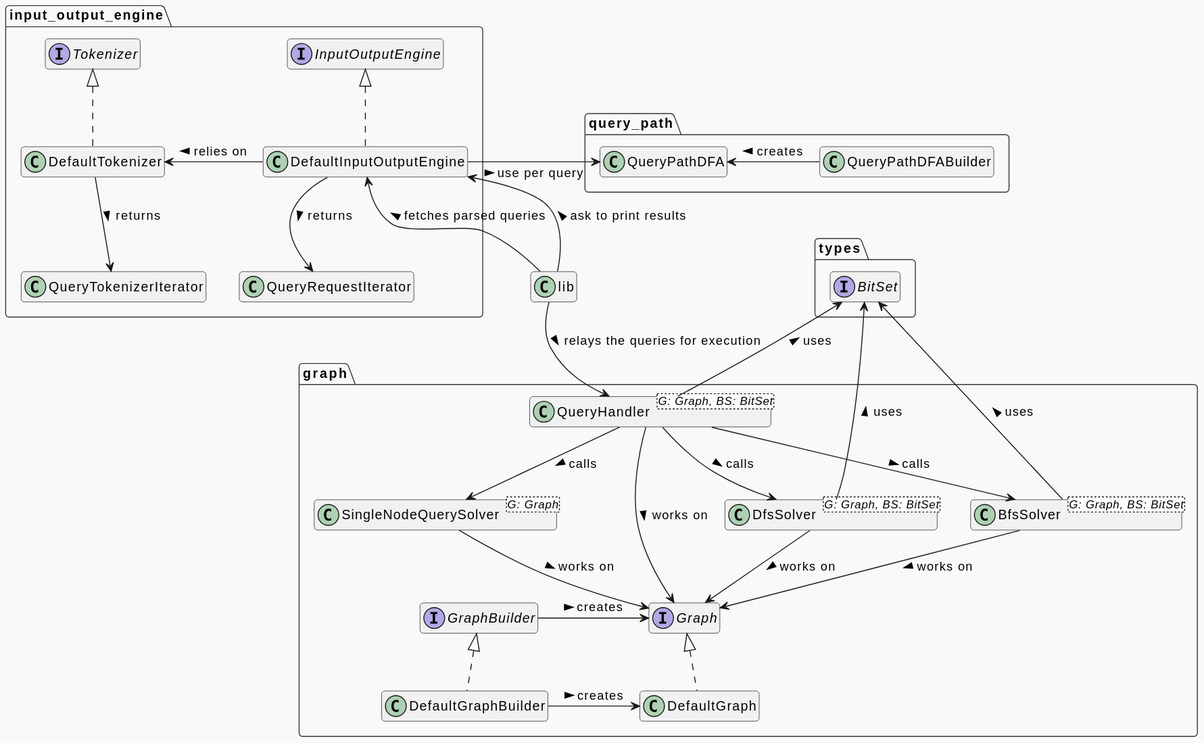
This is 2025_09_04_cottonwood/diagrams/architecture.svg from christopher-besch/presentations, a PlantUML export, as it was before one commit.
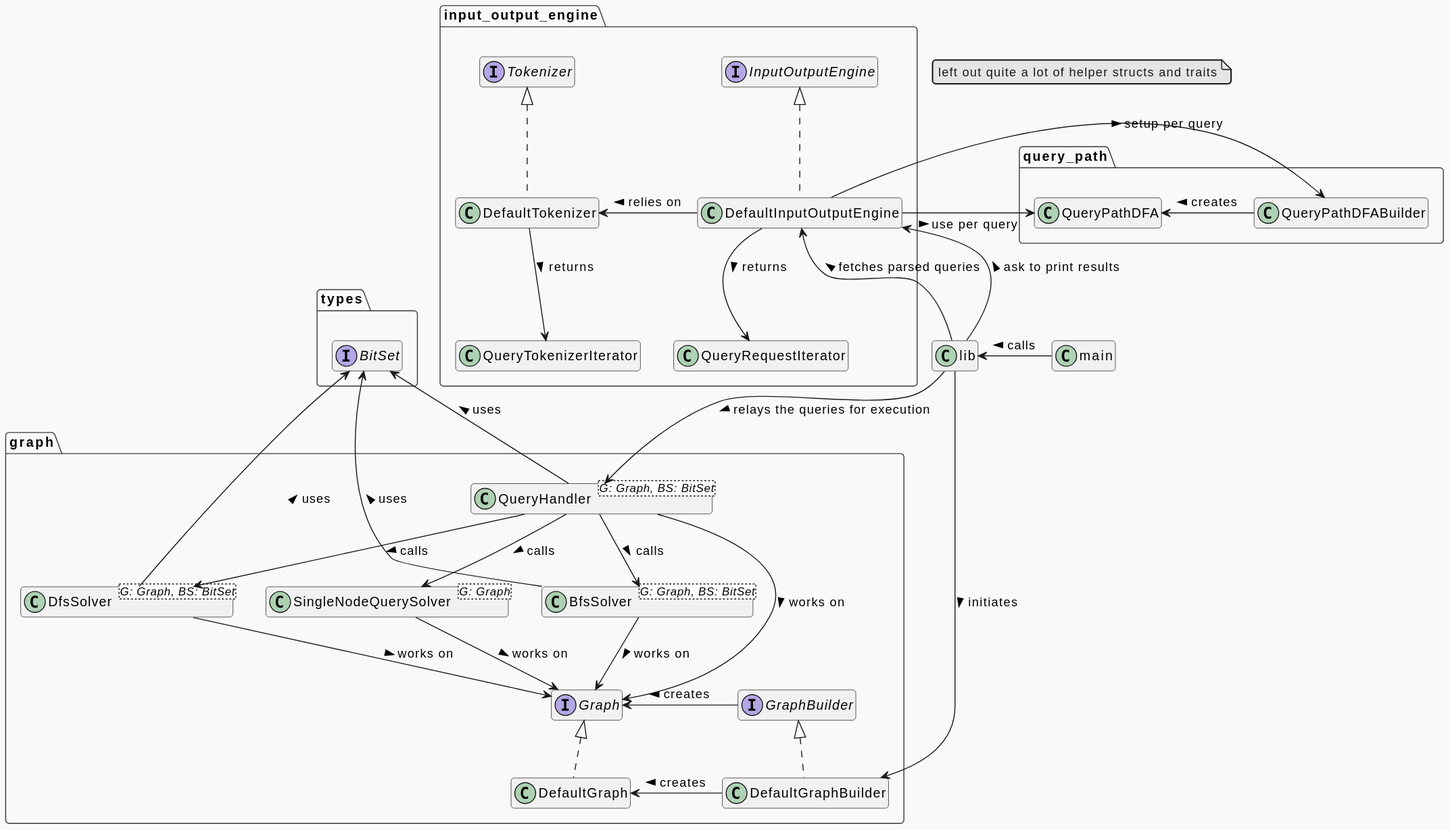
After the change.

Commit message:
feat: slight adjustments to uml diagram

The edit, as a diff of the source:
```diff
@@ -73,13 +73,23 @@
 
 class lib
 
+class main
+
+main -l-> lib: calls >
+
 lib -u-> DefaultInputOutputEngine: fetches parsed queries >
 lib -d-> QueryHandler: relays the queries for execution >
 lib -u-> DefaultInputOutputEngine: ask to print results >
+lib -d-> DefaultGraphBuilder: initiates >
 
 QueryHandler -u-> BitSet: uses >
 BfsSolver -u-> BitSet: uses >
 DfsSolver -u-> BitSet: uses >
 
 DefaultInputOutputEngine -r-> QueryPathDFA: use per query >
+DefaultInputOutputEngine -r-> QueryPathDFABuilder: setup per query >
+
+note as n1
+left out quite a lot of helper structs and traits
+end note
 @enduml
```
